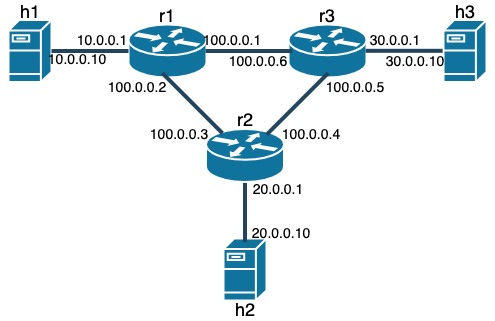
This is assets/img/assignments/assignment2/P2_topology.png from utcs356/sp25, a draw.io export, as it was before one commit. Source tidied: cells renumbered, new cells last; positions are measured from the earlier drawing's top-left corner, leaving out a move shared by most shapes.
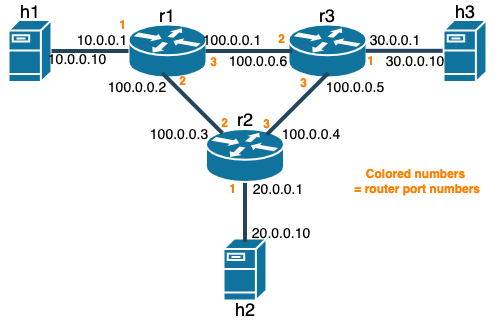
The same diagram one commit later.

Commit message:
[A2] Adjust figures

What changed in the source:
```diff
@@ -92,5 +92,35 @@
     <mxCell id="31" value="&lt;font style=&quot;font-size: 14px;&quot;&gt;100.0.0.6&lt;/font&gt;" style="text;html=1;strokeColor=none;fillColor=none;align=center;verticalAlign=middle;whiteSpace=wrap;rounded=0;" parent="1" vertex="1">
       <mxGeometry x="228" y="50.3" width="60" height="10" as="geometry" />
     </mxCell>
+    <mxCell id="32" value="&lt;font color=&quot;#ff8000&quot;&gt;&lt;b&gt;&lt;br&gt;Colored numbers&lt;br&gt;&amp;nbsp;= router port numbers&lt;/b&gt;&lt;/font&gt;" style="text;html=1;align=center;verticalAlign=middle;strokeColor=none;fillColor=none;" parent="1" vertex="1">
+      <mxGeometry x="339.5" y="138" width="150" height="60" as="geometry" />
+    </mxCell>
+    <mxCell id="33" value="&lt;b&gt;&lt;font color=&quot;#ff8000&quot;&gt;1&lt;/font&gt;&lt;/b&gt;" style="text;html=1;align=center;verticalAlign=middle;strokeColor=none;fillColor=none;" parent="1" vertex="1">
+      <mxGeometry x="107" y="3.5" width="30" height="30" as="geometry" />
+    </mxCell>
+    <mxCell id="34" value="&lt;b&gt;&lt;font color=&quot;#ff8000&quot;&gt;2&lt;/font&gt;&lt;/b&gt;" style="text;html=1;align=center;verticalAlign=middle;strokeColor=none;fillColor=none;" parent="1" vertex="1">
+      <mxGeometry x="167" y="60.3" width="30" height="30" as="geometry" />
+    </mxCell>
+    <mxCell id="35" value="&lt;b&gt;&lt;font color=&quot;#ff8000&quot;&gt;3&lt;/font&gt;&lt;/b&gt;" style="text;html=1;align=center;verticalAlign=middle;strokeColor=none;fillColor=none;" parent="1" vertex="1">
+      <mxGeometry x="198" y="41" width="30" height="30" as="geometry" />
+    </mxCell>
+    <mxCell id="36" value="&lt;b&gt;&lt;font color=&quot;#ff8000&quot;&gt;1&lt;/font&gt;&lt;/b&gt;" style="text;html=1;align=center;verticalAlign=middle;strokeColor=none;fillColor=none;" parent="1" vertex="1">
+      <mxGeometry x="217" y="168" width="30" height="30" as="geometry" />
+    </mxCell>
+    <mxCell id="37" value="&lt;b&gt;&lt;font color=&quot;#ff8000&quot;&gt;2&lt;/font&gt;&lt;/b&gt;" style="text;html=1;align=center;verticalAlign=middle;strokeColor=none;fillColor=none;" parent="1" vertex="1">
+      <mxGeometry x="209.4" y="102.4" width="30" height="30" as="geometry" />
+    </mxCell>
+    <mxCell id="38" value="&lt;b&gt;&lt;font color=&quot;#ff8000&quot;&gt;3&lt;/font&gt;&lt;/b&gt;" style="text;html=1;align=center;verticalAlign=middle;strokeColor=none;fillColor=none;" parent="1" vertex="1">
+      <mxGeometry x="251.4" y="102.5" width="30" height="30" as="geometry" />
+    </mxCell>
+    <mxCell id="39" value="&lt;b&gt;&lt;font color=&quot;#ff8000&quot;&gt;1&lt;/font&gt;&lt;/b&gt;" style="text;html=1;align=center;verticalAlign=middle;strokeColor=none;fillColor=none;" parent="1" vertex="1">
+      <mxGeometry x="355.1" y="40.3" width="30" height="30" as="geometry" />
+    </mxCell>
+    <mxCell id="40" value="&lt;b&gt;&lt;font color=&quot;#ff8000&quot;&gt;2&lt;/font&gt;&lt;/b&gt;" style="text;html=1;align=center;verticalAlign=middle;strokeColor=none;fillColor=none;" parent="1" vertex="1">
+      <mxGeometry x="266.4" y="18" width="30" height="30" as="geometry" />
+    </mxCell>
+    <mxCell id="41" value="&lt;b&gt;&lt;font color=&quot;#ff8000&quot;&gt;3&lt;/font&gt;&lt;/b&gt;" style="text;html=1;align=center;verticalAlign=middle;strokeColor=none;fillColor=none;" parent="1" vertex="1">
+      <mxGeometry x="288" y="61.6" width="30" height="30" as="geometry" />
+    </mxCell>
   </root>
 </mxGraphModel>
```
